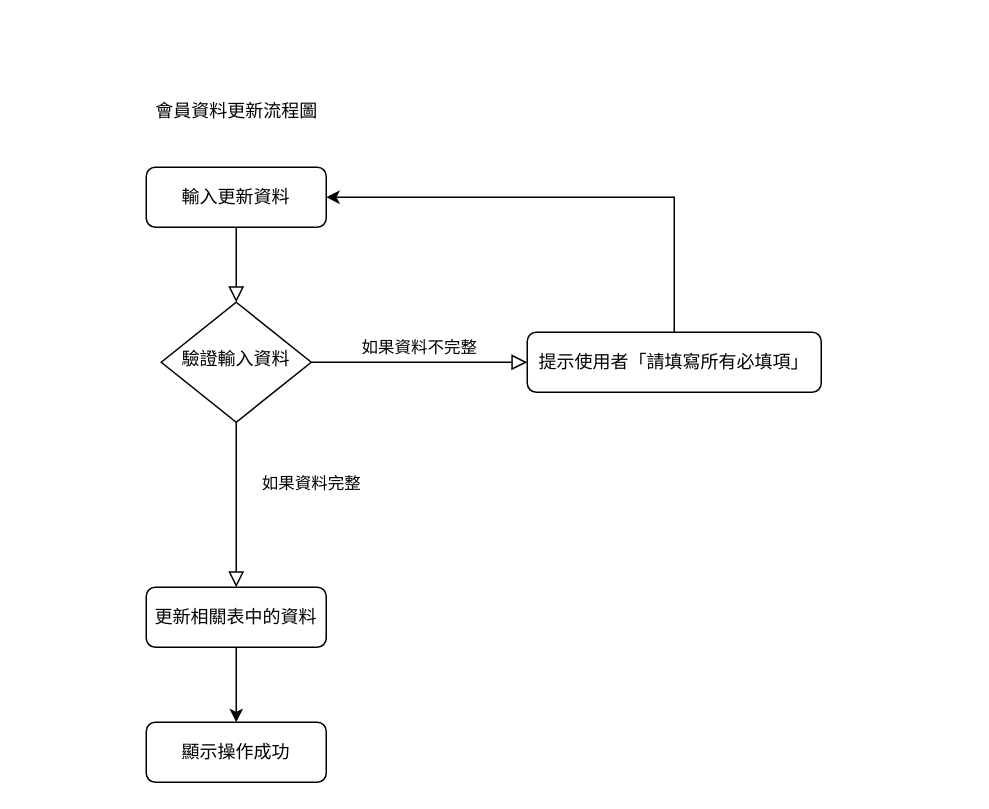
The draw.io diagram 系統流程圖(會員資料更新流程圖).drawio in hak99101314/Maintenance-inquiry-system, before the edit. Source tidied: cells renumbered, new cells numbered last; positions are measured from the earlier drawing's top-left corner, leaving out a move shared by most shapes. Both pictures are drawn from the tidied source at 150%, with x=0, y=0 at pixel (138, 88).
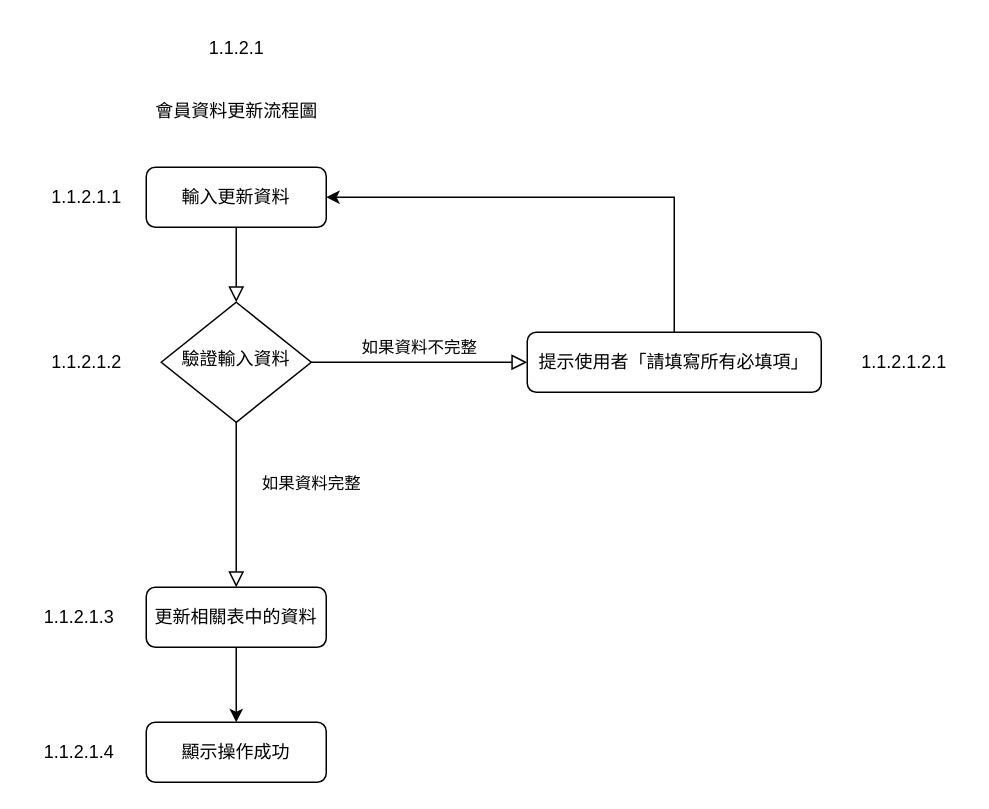
The same page after the edit.

Commit message:
更新系統流程圖(會員資料更新流程圖).drawio

The edit, as a diff of the source:
```diff
@@
 <mxGraphModel>
   <root>
     <mxCell id="0" />
     <mxCell id="1" parent="0" />
     <mxCell id="2" style="rounded=0;html=1;jettySize=auto;fontSize=11;endArrow=block;endFill=0;endSize=8;strokeWidth=1;shadow=0;labelBackgroundColor=none;edgeStyle=orthogonalEdgeStyle;" parent="1" edge="1" source="3" target="6">
       <mxGeometry relative="1" as="geometry" />
     </mxCell>
     <mxCell id="3" value="輸入更新資料" style="rounded=1;whiteSpace=wrap;html=1;fontSize=12;glass=0;strokeWidth=1;shadow=0;" parent="1" vertex="1">
       <mxGeometry x="5" y="52" width="120" height="40" as="geometry" />
     </mxCell>
     <mxCell id="4" value="如果資料&lt;span style=&quot;background-color: initial;&quot;&gt;完整&lt;/span&gt;" style="rounded=0;html=1;jettySize=auto;fontSize=11;endArrow=block;endFill=0;endSize=8;strokeWidth=1;shadow=0;labelBackgroundColor=none;edgeStyle=orthogonalEdgeStyle;entryX=0.5;entryY=0;entryDx=0;entryDy=0;" parent="1" edge="1" source="6" target="10">
       <mxGeometry x="-0.25" y="50" relative="1" as="geometry" />
     </mxCell>
     <mxCell id="5" value="如果資料不完整" style="edgeStyle=orthogonalEdgeStyle;rounded=0;html=1;jettySize=auto;fontSize=11;endArrow=block;endFill=0;endSize=8;strokeWidth=1;shadow=0;labelBackgroundColor=none;" parent="1" edge="1" source="6" target="8">
       <mxGeometry y="10" relative="1" as="geometry" />
     </mxCell>
     <mxCell id="6" value="驗證輸入資料" style="rhombus;whiteSpace=wrap;html=1;shadow=0;fontFamily=Helvetica;fontSize=12;align=center;strokeWidth=1;spacing=6;spacingTop=-4;" parent="1" vertex="1">
       <mxGeometry x="15" y="142" width="100" height="80" as="geometry" />
     </mxCell>
     <mxCell id="7" style="edgeStyle=orthogonalEdgeStyle;rounded=0;jettySize=auto;html=1;exitX=0.5;exitY=0;exitDx=0;exitDy=0;entryX=1;entryY=0.5;entryDx=0;entryDy=0;" parent="1" edge="1" source="8" target="3">
       <mxGeometry relative="1" as="geometry" />
     </mxCell>
     <mxCell id="8" value="提示使用者「請填寫所有必填項」" style="rounded=1;whiteSpace=wrap;html=1;fontSize=12;glass=0;strokeWidth=1;shadow=0;" parent="1" vertex="1">
       <mxGeometry x="259" y="162" width="196" height="40" as="geometry" />
     </mxCell>
     <mxCell id="9" style="edgeStyle=orthogonalEdgeStyle;rounded=0;jettySize=auto;html=1;" parent="1" edge="1" source="10" target="12">
       <mxGeometry relative="1" as="geometry" />
     </mxCell>
     <mxCell id="10" value="更新相關表中的資料" style="rounded=1;whiteSpace=wrap;html=1;fontSize=12;glass=0;strokeWidth=1;shadow=0;" parent="1" vertex="1">
       <mxGeometry x="5" y="332" width="120" height="40" as="geometry" />
     </mxCell>
     <mxCell id="11" value="會員資料更新流程圖" style="text;html=1;align=center;verticalAlign=middle;strokeColor=none;fillColor=none;" parent="1" vertex="1">
       <mxGeometry width="130" height="30" as="geometry" />
     </mxCell>
     <mxCell id="12" value="顯示操作成功" style="rounded=1;whiteSpace=wrap;html=1;fontSize=12;glass=0;strokeWidth=1;shadow=0;" parent="1" vertex="1">
       <mxGeometry x="5" y="422" width="120" height="40" as="geometry" />
     </mxCell>
+    <mxCell id="13" value="1.1.2.1" style="text;html=1;align=center;verticalAlign=middle;strokeColor=none;fillColor=none;" parent="1" vertex="1">
+      <mxGeometry x="35" y="-42" width="60" height="30" as="geometry" />
+    </mxCell>
+    <mxCell id="14" value="1.1.2.1.1" style="text;html=1;align=center;verticalAlign=middle;strokeColor=none;fillColor=none;" parent="1" vertex="1">
+      <mxGeometry x="-70" y="57" width="70" height="30" as="geometry" />
+    </mxCell>
+    <mxCell id="15" value="1.1.2.1.2" style="text;html=1;align=center;verticalAlign=middle;strokeColor=none;fillColor=none;" parent="1" vertex="1">
+      <mxGeometry x="-70" y="167" width="70" height="30" as="geometry" />
+    </mxCell>
+    <mxCell id="16" value="1.1.2.1.2.1" style="text;html=1;align=center;verticalAlign=middle;strokeColor=none;fillColor=none;" parent="1" vertex="1">
+      <mxGeometry x="470" y="167" width="80" height="30" as="geometry" />
+    </mxCell>
+    <mxCell id="17" value="1.1.2.1.3" style="text;html=1;align=center;verticalAlign=middle;strokeColor=none;fillColor=none;" parent="1" vertex="1">
+      <mxGeometry x="-75" y="337" width="70" height="30" as="geometry" />
+    </mxCell>
+    <mxCell id="18" value="1.1.2.1.4" style="text;html=1;align=center;verticalAlign=middle;strokeColor=none;fillColor=none;" parent="1" vertex="1">
+      <mxGeometry x="-75" y="427" width="70" height="30" as="geometry" />
+    </mxCell>
   </root>
 </mxGraphModel>
```
